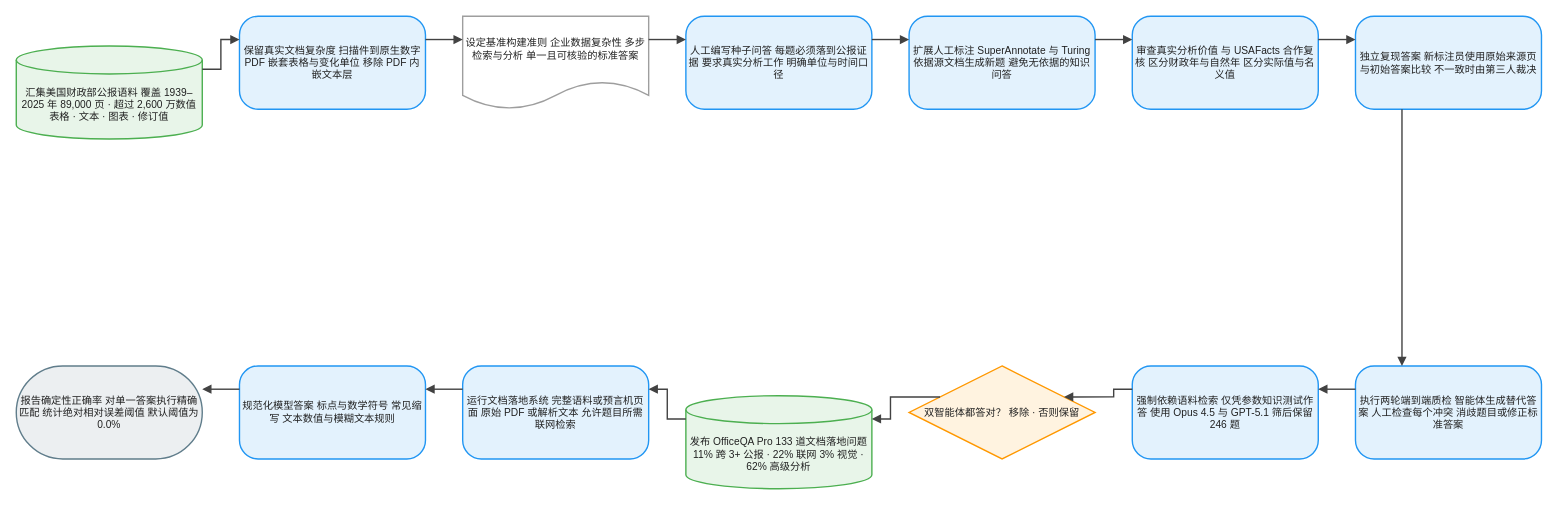
The draw.io diagram client/public/drawio/OfficeQA_Pro/OfficeQA_Pro.zh.drawio in joe1chief/benchmark-hub, before the edit. Source tidied: cells renumbered, new cells numbered last; positions are measured from the earlier drawing's top-left corner, leaving out a move shared by most shapes. Both pictures are drawn from the tidied source at 93%, with x=0, y=0 at pixel (16, 16).
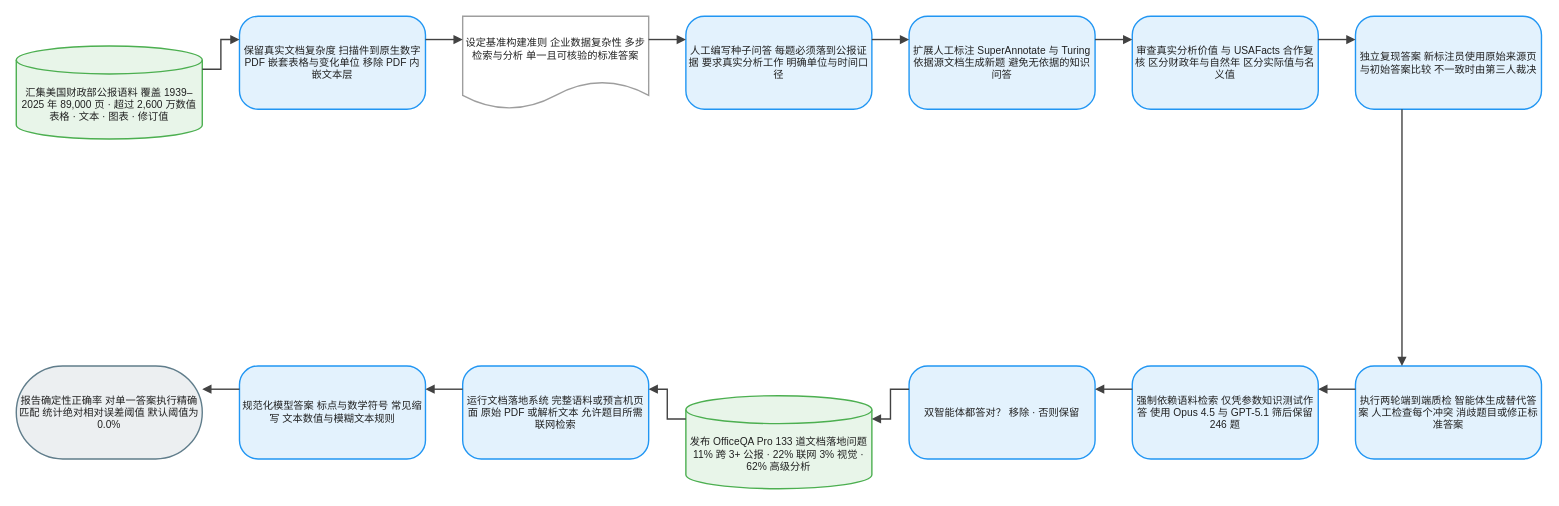
The same page after the edit.

Change to the diagram source:
```diff
@@
-    <mxCell id="11" value="双智能体都答对？ 移除 · 否则保留" style="rhombus;html=1;whiteSpace=wrap;fillColor=#FFF3E0;strokeColor=#FF9800;strokeWidth=1.5;fontColor=#212121;fontSize=11;fontFamily=Arial, Helvetica, sans-serif;verticalAlign=middle;align=center;" parent="1" vertex="1">
+    <mxCell id="11" value="双智能体都答对？ 移除 · 否则保留" style="rounded=1;arcSize=20;html=1;whiteSpace=wrap;fillColor=#E3F2FD;strokeColor=#2196F3;strokeWidth=1.5;fontColor=#212121;fontSize=11;fontFamily=Arial, Helvetica, sans-serif;verticalAlign=middle;align=center;" parent="1" vertex="1">
       <mxGeometry x="960" y="376" width="200" height="100" as="geometry" />
     </mxCell>
```
